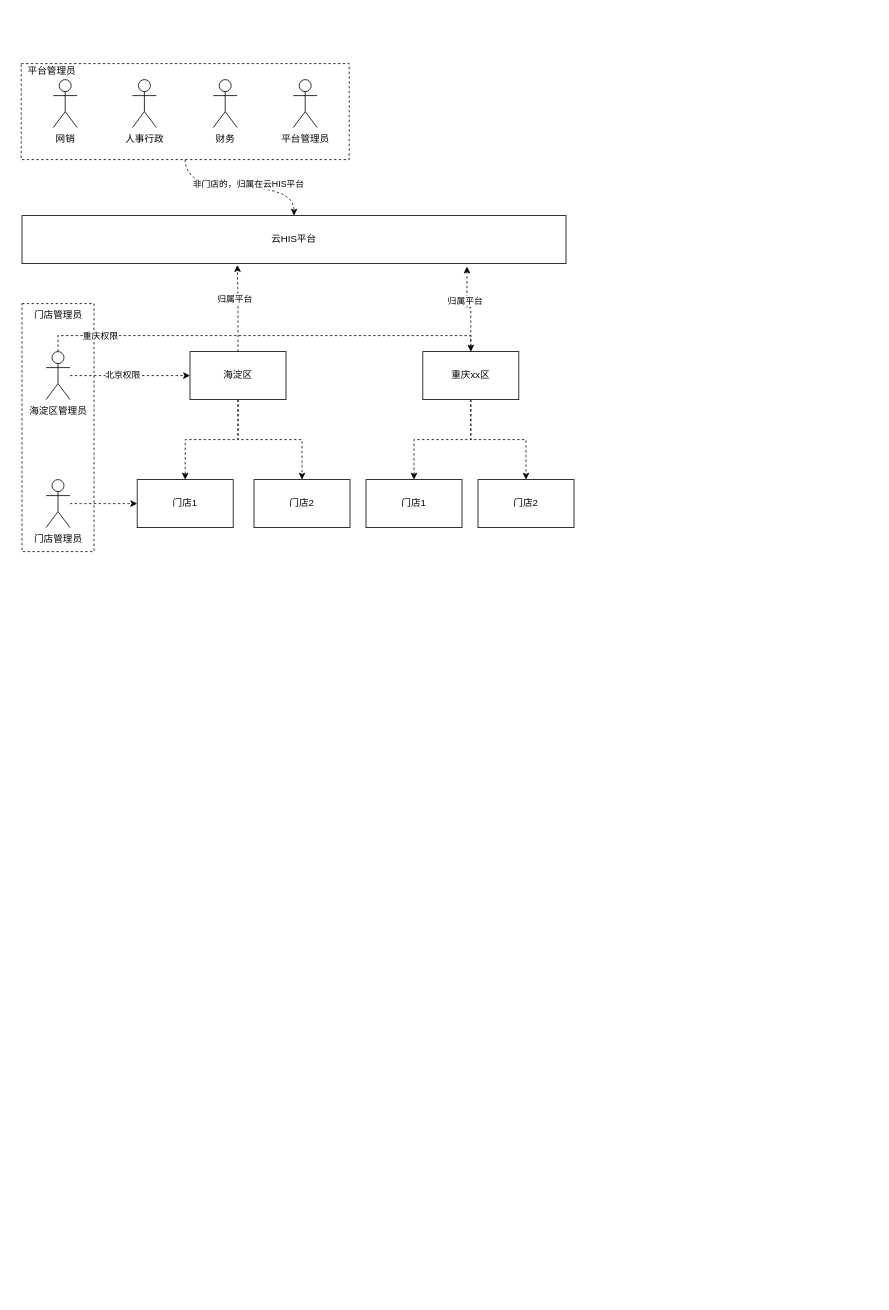
Above: 牙管家/牙管家-sass方案.drawio in cherishsince/diagrams.net (draw.io), before the change. Source tidied: cells renumbered, new cells numbered last; positions are measured from the earlier drawing's top-left corner, leaving out a move shared by most shapes. Both pictures are drawn from the tidied source at 80%, with x=0, y=0 at pixel (19, 63).
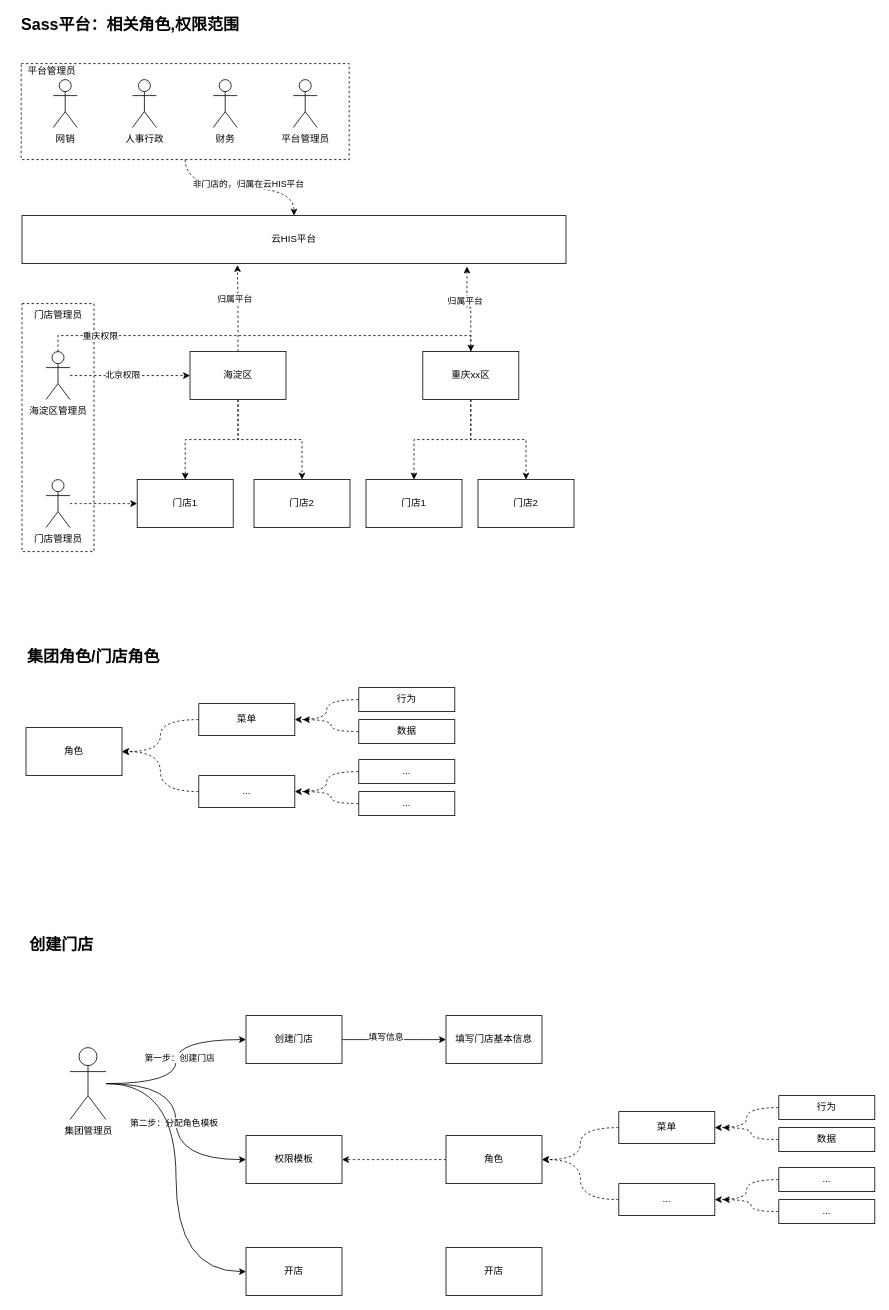
The same page after the edit.

Commit message:
更新牙管家-sass方案.drawio

Change to the diagram source:
```diff
@@
+    <mxCell id="35" value="角色" style="rounded=0;whiteSpace=wrap;html=1;" parent="1" vertex="1">
+      <mxGeometry x="8" y="830" width="120" height="60" as="geometry" />
+    </mxCell>
+    <mxCell id="36" style="edgeStyle=orthogonalEdgeStyle;curved=1;rounded=0;jettySize=auto;html=1;entryX=1;entryY=0.5;entryDx=0;entryDy=0;dashed=1;" parent="1" edge="1" source="37" target="35">
+      <mxGeometry relative="1" as="geometry" />
+    </mxCell>
+    <mxCell id="37" value="菜单" style="rounded=0;whiteSpace=wrap;html=1;" parent="1" vertex="1">
+      <mxGeometry x="224" y="800" width="120" height="40" as="geometry" />
+    </mxCell>
+    <mxCell id="38" style="edgeStyle=orthogonalEdgeStyle;rounded=0;jettySize=auto;html=1;entryX=1;entryY=0.5;entryDx=0;entryDy=0;dashed=1;curved=1;" parent="1" edge="1" source="39" target="37">
+      <mxGeometry relative="1" as="geometry" />
+    </mxCell>
+    <mxCell id="39" value="行为" style="rounded=0;whiteSpace=wrap;html=1;" parent="1" vertex="1">
+      <mxGeometry x="424" y="780" width="120" height="30" as="geometry" />
+    </mxCell>
+    <mxCell id="40" style="edgeStyle=orthogonalEdgeStyle;curved=1;rounded=0;jettySize=auto;html=1;dashed=1;" parent="1" edge="1" source="41">
+      <mxGeometry relative="1" as="geometry">
+        <mxPoint x="354" y="820" as="targetPoint" />
+      </mxGeometry>
+    </mxCell>
+    <mxCell id="41" value="数据" style="rounded=0;whiteSpace=wrap;html=1;" parent="1" vertex="1">
+      <mxGeometry x="424" y="820" width="120" height="30" as="geometry" />
+    </mxCell>
+    <mxCell id="42" style="edgeStyle=orthogonalEdgeStyle;curved=1;rounded=0;jettySize=auto;html=1;entryX=1;entryY=0.5;entryDx=0;entryDy=0;dashed=1;" parent="1" edge="1" source="43" target="35">
+      <mxGeometry relative="1" as="geometry" />
+    </mxCell>
+    <mxCell id="43" value="..." style="rounded=0;whiteSpace=wrap;html=1;" parent="1" vertex="1">
+      <mxGeometry x="224" y="890" width="120" height="40" as="geometry" />
+    </mxCell>
+    <mxCell id="44" style="edgeStyle=orthogonalEdgeStyle;rounded=0;jettySize=auto;html=1;entryX=1;entryY=0.5;entryDx=0;entryDy=0;dashed=1;curved=1;" parent="1" edge="1" source="45" target="43">
+      <mxGeometry relative="1" as="geometry" />
+    </mxCell>
+    <mxCell id="45" value="..." style="rounded=0;whiteSpace=wrap;html=1;" parent="1" vertex="1">
+      <mxGeometry x="424" y="870" width="120" height="30" as="geometry" />
+    </mxCell>
+    <mxCell id="46" style="edgeStyle=orthogonalEdgeStyle;curved=1;rounded=0;jettySize=auto;html=1;dashed=1;" parent="1" edge="1" source="47">
+      <mxGeometry relative="1" as="geometry">
+        <mxPoint x="354" y="910" as="targetPoint" />
+      </mxGeometry>
+    </mxCell>
+    <mxCell id="47" value="..." style="rounded=0;whiteSpace=wrap;html=1;" parent="1" vertex="1">
+      <mxGeometry x="424" y="910" width="120" height="30" as="geometry" />
+    </mxCell>
+    <mxCell id="48" value="&lt;span style=&quot;font-size: 20px&quot;&gt;&lt;b&gt;集团角色/门店角色&lt;/b&gt;&lt;/span&gt;" style="text;html=1;align=center;verticalAlign=middle;strokeColor=none;" parent="1" vertex="1">
+      <mxGeometry x="2" y="730" width="180" height="20" as="geometry" />
+    </mxCell>
+    <mxCell id="49" style="edgeStyle=orthogonalEdgeStyle;curved=1;rounded=0;jettySize=auto;html=1;" parent="1" edge="1" source="75" target="57">
+      <mxGeometry relative="1" as="geometry" />
+    </mxCell>
+    <mxCell id="50" value="第一步：创建门店" style="edgeLabel;html=1;align=center;verticalAlign=middle;" parent="49" vertex="1">
+      <mxGeometry x="0.02" y="-4" relative="1" as="geometry">
+        <mxPoint y="-3" as="offset" />
+      </mxGeometry>
+    </mxCell>
+    <mxCell id="51" style="edgeStyle=orthogonalEdgeStyle;curved=1;rounded=0;jettySize=auto;html=1;entryX=0;entryY=0.5;entryDx=0;entryDy=0;" parent="1" edge="1" source="75" target="59">
+      <mxGeometry relative="1" as="geometry" />
+    </mxCell>
+    <mxCell id="52" value="第二步：分配角色模板" style="edgeLabel;html=1;align=center;verticalAlign=middle;" parent="51" vertex="1">
+      <mxGeometry x="0.01" y="-3" relative="1" as="geometry" />
+    </mxCell>
+    <mxCell id="53" value="&lt;span style=&quot;font-size: 20px&quot;&gt;&lt;b&gt;创建门店&lt;/b&gt;&lt;/span&gt;" style="text;html=1;align=center;verticalAlign=middle;strokeColor=none;" parent="1" vertex="1">
+      <mxGeometry x="2" y="1090" width="100" height="20" as="geometry" />
+    </mxCell>
+    <mxCell id="54" value="&lt;span style=&quot;font-size: 20px&quot;&gt;&lt;b&gt;Sass平台：相关角色,权限范围&lt;/b&gt;&lt;/span&gt;" style="text;html=1;align=center;verticalAlign=middle;strokeColor=none;" parent="1" vertex="1">
+      <mxGeometry x="-7" y="-60" width="290" height="20" as="geometry" />
+    </mxCell>
+    <mxCell id="55" style="edgeStyle=orthogonalEdgeStyle;curved=1;rounded=0;jettySize=auto;html=1;entryX=0;entryY=0.5;entryDx=0;entryDy=0;" parent="1" edge="1" source="57" target="58">
+      <mxGeometry relative="1" as="geometry" />
+    </mxCell>
+    <mxCell id="56" value="填写信息" style="edgeLabel;html=1;align=center;verticalAlign=middle;" parent="55" vertex="1">
+      <mxGeometry x="-0.17" y="4" relative="1" as="geometry" />
+    </mxCell>
+    <mxCell id="57" value="创建门店" style="rounded=0;whiteSpace=wrap;html=1;" parent="1" vertex="1">
+      <mxGeometry x="283" y="1190" width="120" height="60" as="geometry" />
+    </mxCell>
+    <mxCell id="58" value="填写门店基本信息" style="rounded=0;whiteSpace=wrap;html=1;" parent="1" vertex="1">
+      <mxGeometry x="533" y="1190" width="120" height="60" as="geometry" />
+    </mxCell>
+    <mxCell id="59" value="权限模板" style="rounded=0;whiteSpace=wrap;html=1;" parent="1" vertex="1">
+      <mxGeometry x="283" y="1340" width="120" height="60" as="geometry" />
+    </mxCell>
+    <mxCell id="60" style="edgeStyle=orthogonalEdgeStyle;curved=1;rounded=0;jettySize=auto;html=1;dashed=1;" parent="1" edge="1" source="61" target="59">
+      <mxGeometry relative="1" as="geometry" />
+    </mxCell>
+    <mxCell id="61" value="角色" style="rounded=0;whiteSpace=wrap;html=1;" parent="1" vertex="1">
+      <mxGeometry x="533" y="1340" width="120" height="60" as="geometry" />
+    </mxCell>
+    <mxCell id="62" style="edgeStyle=orthogonalEdgeStyle;curved=1;rounded=0;jettySize=auto;html=1;entryX=1;entryY=0.5;entryDx=0;entryDy=0;dashed=1;" parent="1" edge="1" source="63" target="61">
+      <mxGeometry relative="1" as="geometry" />
+    </mxCell>
+    <mxCell id="63" value="菜单" style="rounded=0;whiteSpace=wrap;html=1;" parent="1" vertex="1">
+      <mxGeometry x="749" y="1310" width="120" height="40" as="geometry" />
+    </mxCell>
+    <mxCell id="64" style="edgeStyle=orthogonalEdgeStyle;rounded=0;jettySize=auto;html=1;entryX=1;entryY=0.5;entryDx=0;entryDy=0;dashed=1;curved=1;" parent="1" edge="1" source="65" target="63">
+      <mxGeometry relative="1" as="geometry" />
+    </mxCell>
+    <mxCell id="65" value="行为" style="rounded=0;whiteSpace=wrap;html=1;" parent="1" vertex="1">
+      <mxGeometry x="949" y="1290" width="120" height="30" as="geometry" />
+    </mxCell>
+    <mxCell id="66" style="edgeStyle=orthogonalEdgeStyle;curved=1;rounded=0;jettySize=auto;html=1;dashed=1;" parent="1" edge="1" source="67">
+      <mxGeometry relative="1" as="geometry">
+        <mxPoint x="879" y="1330" as="targetPoint" />
+      </mxGeometry>
+    </mxCell>
+    <mxCell id="67" value="数据" style="rounded=0;whiteSpace=wrap;html=1;" parent="1" vertex="1">
+      <mxGeometry x="949" y="1330" width="120" height="30" as="geometry" />
+    </mxCell>
+    <mxCell id="68" style="edgeStyle=orthogonalEdgeStyle;curved=1;rounded=0;jettySize=auto;html=1;entryX=1;entryY=0.5;entryDx=0;entryDy=0;dashed=1;" parent="1" edge="1" source="69" target="61">
+      <mxGeometry relative="1" as="geometry" />
+    </mxCell>
+    <mxCell id="69" value="..." style="rounded=0;whiteSpace=wrap;html=1;" parent="1" vertex="1">
+      <mxGeometry x="749" y="1400" width="120" height="40" as="geometry" />
+    </mxCell>
+    <mxCell id="70" style="edgeStyle=orthogonalEdgeStyle;rounded=0;jettySize=auto;html=1;entryX=1;entryY=0.5;entryDx=0;entryDy=0;dashed=1;curved=1;" parent="1" edge="1" source="71" target="69">
+      <mxGeometry relative="1" as="geometry" />
+    </mxCell>
+    <mxCell id="71" value="..." style="rounded=0;whiteSpace=wrap;html=1;" parent="1" vertex="1">
+      <mxGeometry x="949" y="1380" width="120" height="30" as="geometry" />
+    </mxCell>
+    <mxCell id="72" style="edgeStyle=orthogonalEdgeStyle;curved=1;rounded=0;jettySize=auto;html=1;dashed=1;" parent="1" edge="1" source="73">
+      <mxGeometry relative="1" as="geometry">
+        <mxPoint x="879" y="1420" as="targetPoint" />
+      </mxGeometry>
+    </mxCell>
+    <mxCell id="73" value="..." style="rounded=0;whiteSpace=wrap;html=1;" parent="1" vertex="1">
+      <mxGeometry x="949" y="1420" width="120" height="30" as="geometry" />
+    </mxCell>
+    <mxCell id="74" style="edgeStyle=orthogonalEdgeStyle;curved=1;rounded=0;jettySize=auto;html=1;entryX=0;entryY=0.5;entryDx=0;entryDy=0;" parent="1" edge="1" source="75" target="76">
+      <mxGeometry relative="1" as="geometry" />
+    </mxCell>
+    <mxCell id="75" value="集团管理员" style="shape=umlActor;verticalLabelPosition=bottom;verticalAlign=top;html=1;outlineConnect=0;" parent="1" vertex="1">
+      <mxGeometry x="63" y="1230" width="45" height="90" as="geometry" />
+    </mxCell>
+    <mxCell id="76" value="开店" style="rounded=0;whiteSpace=wrap;html=1;" parent="1" vertex="1">
+      <mxGeometry x="283" y="1480" width="120" height="60" as="geometry" />
+    </mxCell>
+    <mxCell id="77" value="开店" style="rounded=0;whiteSpace=wrap;html=1;" parent="1" vertex="1">
+      <mxGeometry x="533" y="1480" width="120" height="60" as="geometry" />
+    </mxCell>
```
